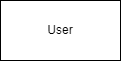
The draw.io diagram setting/main.drawio.png in nanten-pi/PLATEAUpront, before a commit. Source tidied: cells renumbered, new cells last; positions are measured from the earlier drawing's top-left corner, leaving out a move shared by most shapes. Source of this version:
```xml
<mxGraphModel>
  <root>
    <mxCell id="0" />
    <mxCell id="1" parent="0" />
    <mxCell id="2" value="User" style="rounded=0;whiteSpace=wrap;html=1;" parent="1" vertex="1">
      <mxGeometry width="120" height="60" as="geometry" />
    </mxCell>
  </root>
</mxGraphModel>
```
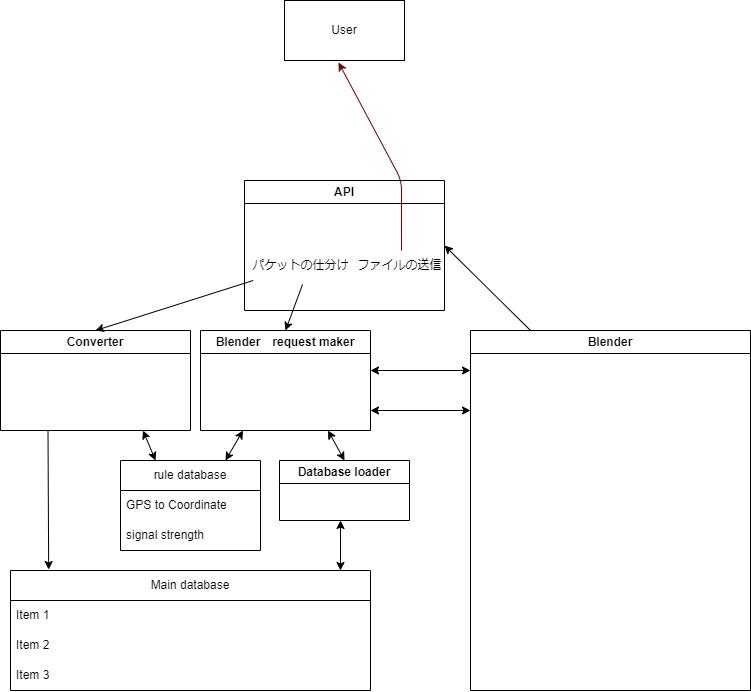
After the change.

Diff of the diagram source:
```diff
@@ -5,5 +5,95 @@
     <mxCell id="2" value="User" style="rounded=0;whiteSpace=wrap;html=1;" parent="1" vertex="1">
       <mxGeometry width="120" height="60" as="geometry" />
     </mxCell>
+    <mxCell id="3" value="API" style="swimlane;whiteSpace=wrap;html=1;" parent="1" vertex="1">
+      <mxGeometry x="-40" y="180" width="200" height="130" as="geometry" />
+    </mxCell>
+    <mxCell id="4" value="パケットの仕分け" style="text;html=1;align=center;verticalAlign=middle;points=[];strokeColor=none;fillColor=none;" parent="3" vertex="1">
+      <mxGeometry x="-4" y="70" width="120" height="30" as="geometry" />
+    </mxCell>
+    <mxCell id="5" value="ファイルの送信" style="text;html=1;align=center;verticalAlign=middle;points=[];strokeColor=none;fillColor=none;" parent="3" vertex="1">
+      <mxGeometry x="100" y="70" width="110" height="30" as="geometry" />
+    </mxCell>
+    <mxCell id="6" style="endArrow=classic;html=1;entryX=0.45;entryY=1.033;entryDx=0;entryDy=0;entryPerimeter=0;exitX=0.518;exitY=0;exitDx=0;exitDy=0;exitPerimeter=0;fillColor=#a20025;strokeColor=#6F0000;" parent="1" edge="1" source="5" target="2">
+      <mxGeometry relative="1" as="geometry">
+        <Array as="points">
+          <mxPoint x="117" y="180" />
+        </Array>
+      </mxGeometry>
+    </mxCell>
+    <mxCell id="7" style="endArrow=classic;html=1;exitX=0.517;exitY=1.133;exitDx=0;exitDy=0;exitPerimeter=0;entryX=0.5;entryY=0;entryDx=0;entryDy=0;" parent="1" edge="1" source="4" target="8">
+      <mxGeometry relative="1" as="geometry" />
+    </mxCell>
+    <mxCell id="8" value="Blender　request maker" style="swimlane;whiteSpace=wrap;html=1;" parent="1" vertex="1">
+      <mxGeometry x="-84" y="330" width="170" height="100" as="geometry" />
+    </mxCell>
+    <mxCell id="9" style="endArrow=classic;startArrow=classic;html=1;" parent="8" edge="1">
+      <mxGeometry relative="1" as="geometry">
+        <mxPoint x="270" y="80" as="sourcePoint" />
+        <mxPoint x="170" y="80" as="targetPoint" />
+      </mxGeometry>
+    </mxCell>
+    <mxCell id="10" style="edgeStyle=none;html=1;exitX=0.25;exitY=1;exitDx=0;exitDy=0;entryX=0.106;entryY=-0.008;entryDx=0;entryDy=0;entryPerimeter=0;" parent="1" edge="1" source="11" target="18">
+      <mxGeometry relative="1" as="geometry" />
+    </mxCell>
+    <mxCell id="11" value="Converter" style="swimlane;whiteSpace=wrap;html=1;" parent="1" vertex="1">
+      <mxGeometry x="-284" y="330" width="190" height="100" as="geometry" />
+    </mxCell>
+    <mxCell id="12" style="endArrow=classic;html=1;entryX=0.5;entryY=0;entryDx=0;entryDy=0;" parent="1" edge="1" source="4" target="11">
+      <mxGeometry relative="1" as="geometry" />
+    </mxCell>
+    <mxCell id="13" value="rule database" style="swimlane;fontStyle=0;horizontal=1;startSize=30;whiteSpace=wrap;html=1;" parent="1" vertex="1">
+      <mxGeometry x="-164" y="460" width="140" height="90" as="geometry" />
+    </mxCell>
+    <mxCell id="14" value="GPS to&amp;nbsp;&lt;span style=&quot;background-color: initial;&quot;&gt;Coordinate&lt;/span&gt;" style="text;strokeColor=none;fillColor=none;align=left;verticalAlign=middle;spacingLeft=4;spacingRight=4;overflow=hidden;whiteSpace=wrap;html=1;" parent="13" vertex="1">
+      <mxGeometry y="30" width="140" height="30" as="geometry" />
+    </mxCell>
+    <mxCell id="15" value="&lt;span lang=&quot;en&quot; class=&quot;HwtZe&quot;&gt;signal strength&lt;/span&gt;" style="text;strokeColor=none;fillColor=none;align=left;verticalAlign=middle;spacingLeft=4;spacingRight=4;overflow=hidden;whiteSpace=wrap;html=1;" parent="13" vertex="1">
+      <mxGeometry y="60" width="140" height="30" as="geometry" />
+    </mxCell>
+    <mxCell id="16" style="endArrow=classic;startArrow=classic;html=1;exitX=0.25;exitY=0;exitDx=0;exitDy=0;entryX=0.75;entryY=1;entryDx=0;entryDy=0;" parent="1" edge="1" source="13" target="11">
+      <mxGeometry relative="1" as="geometry" />
+    </mxCell>
+    <mxCell id="17" style="endArrow=classic;startArrow=classic;html=1;exitX=0.75;exitY=0;exitDx=0;exitDy=0;entryX=0.25;entryY=1;entryDx=0;entryDy=0;" parent="1" edge="1" source="13" target="8">
+      <mxGeometry relative="1" as="geometry" />
+    </mxCell>
+    <mxCell id="18" value="Main database" style="swimlane;fontStyle=0;horizontal=1;startSize=30;whiteSpace=wrap;html=1;" parent="1" vertex="1">
+      <mxGeometry x="-274" y="570" width="360" height="120" as="geometry" />
+    </mxCell>
+    <mxCell id="19" value="Item 1" style="text;strokeColor=none;fillColor=none;align=left;verticalAlign=middle;spacingLeft=4;spacingRight=4;overflow=hidden;whiteSpace=wrap;html=1;" parent="18" vertex="1">
+      <mxGeometry y="30" width="360" height="30" as="geometry" />
+    </mxCell>
+    <mxCell id="20" value="Item 2" style="text;strokeColor=none;fillColor=none;align=left;verticalAlign=middle;spacingLeft=4;spacingRight=4;overflow=hidden;whiteSpace=wrap;html=1;" parent="18" vertex="1">
+      <mxGeometry y="60" width="360" height="30" as="geometry" />
+    </mxCell>
+    <mxCell id="21" value="Item 3" style="text;strokeColor=none;fillColor=none;align=left;verticalAlign=middle;spacingLeft=4;spacingRight=4;overflow=hidden;whiteSpace=wrap;html=1;" parent="18" vertex="1">
+      <mxGeometry y="90" width="360" height="30" as="geometry" />
+    </mxCell>
+    <mxCell id="22" style="endArrow=classic;startArrow=classic;html=1;entryX=0.75;entryY=1;entryDx=0;entryDy=0;exitX=0.5;exitY=0;exitDx=0;exitDy=0;" parent="1" edge="1" source="23" target="8">
+      <mxGeometry relative="1" as="geometry" />
+    </mxCell>
+    <mxCell id="23" value="Database loader" style="swimlane;whiteSpace=wrap;html=1;" parent="1" vertex="1">
+      <mxGeometry x="-5" y="460" width="130" height="60" as="geometry" />
+    </mxCell>
+    <mxCell id="24" style="endArrow=classic;startArrow=classic;html=1;" parent="1" edge="1">
+      <mxGeometry relative="1" as="geometry">
+        <mxPoint x="56" y="570" as="sourcePoint" />
+        <mxPoint x="56" y="520" as="targetPoint" />
+      </mxGeometry>
+    </mxCell>
+    <mxCell id="25" value="Blender" style="swimlane;whiteSpace=wrap;html=1;" parent="1" vertex="1">
+      <mxGeometry x="186" y="330" width="280" height="360" as="geometry" />
+    </mxCell>
+    <mxCell id="26" style="endArrow=classic;startArrow=classic;html=1;" parent="1" edge="1">
+      <mxGeometry relative="1" as="geometry">
+        <mxPoint x="86" y="370" as="sourcePoint" />
+        <mxPoint x="186" y="370" as="targetPoint" />
+      </mxGeometry>
+    </mxCell>
+    <mxCell id="27" style="endArrow=classic;html=1;entryX=1;entryY=0.5;entryDx=0;entryDy=0;" parent="1" edge="1" target="3">
+      <mxGeometry relative="1" as="geometry">
+        <mxPoint x="246" y="330" as="sourcePoint" />
+      </mxGeometry>
+    </mxCell>
   </root>
 </mxGraphModel>
```
